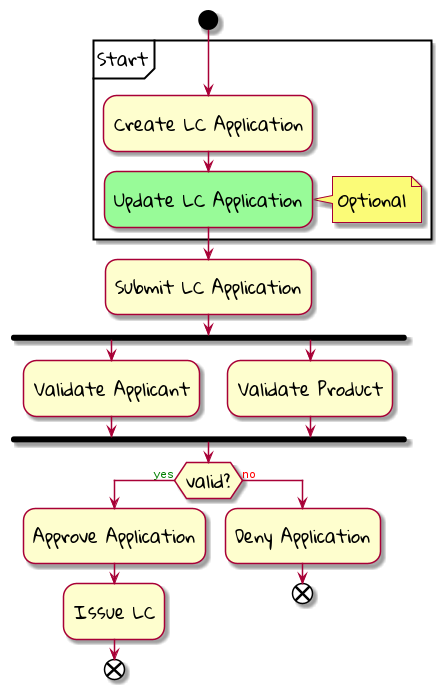
Before: images/command-flow.png, a diagram exported from PlantUML (ddd-book-java/prem-website).
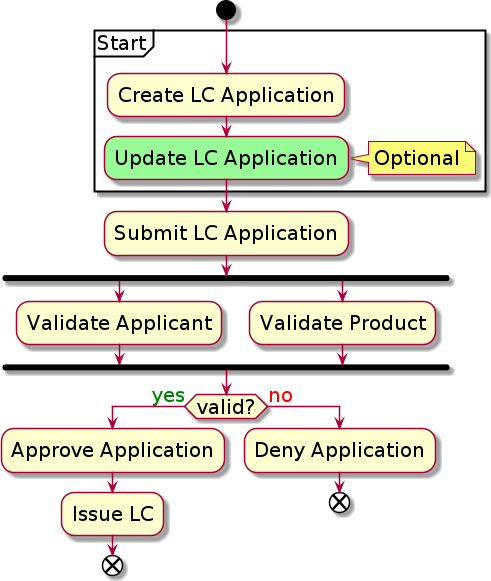
The same diagram one commit later.

Diff of the diagram source:
```diff
@@ -1,13 +1,10 @@
 @startuml
-skinparam handwrittern true
-skinparam ActivityFontName "Gloria Hallelujah"
-skinparam ActivityFontSize 18
-skinparam ActivityDiamondFontName "Gloria Hallelujah"
-skinparam ActivityDiamondFontSize 18
-skinparam NoteFontName "Gloria Hallelujah"
-skinparam NoteFontSize 18
-skinparam PartitionFontName "Gloria Hallelujah"
-skinparam PartitionFontSize 18
+<style>
+    ActivityDiagram {
+        FontName "Gloria Hallelujah"
+        FontSize 20
+    }
+</style>
 start
 partition Start {
 :Create LC Application;
```
